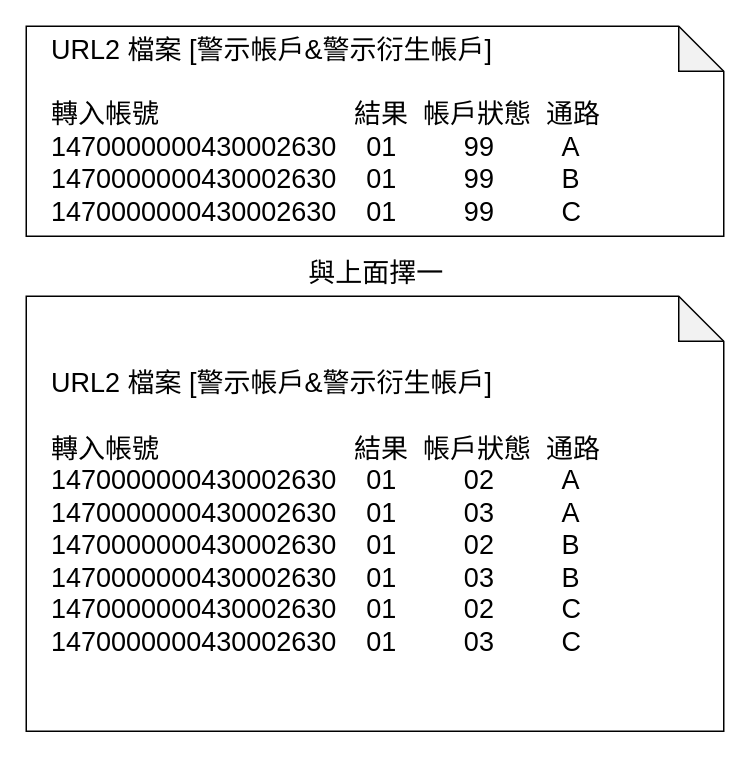
The draw.io diagram page "查詢(警示帳戶+警示衍生帳戶)" (2 of 6) of 約轉灰名單架構.drawio in yeahyeah0606/yeahyeah0606.github.io, before the edit. Source tidied: cells renumbered, new cells numbered last; positions are measured from the earlier drawing's top-left corner, leaving out a move shared by most shapes. Both pictures are drawn from the tidied source at 150%, with x=0, y=0 at pixel (26, 26).
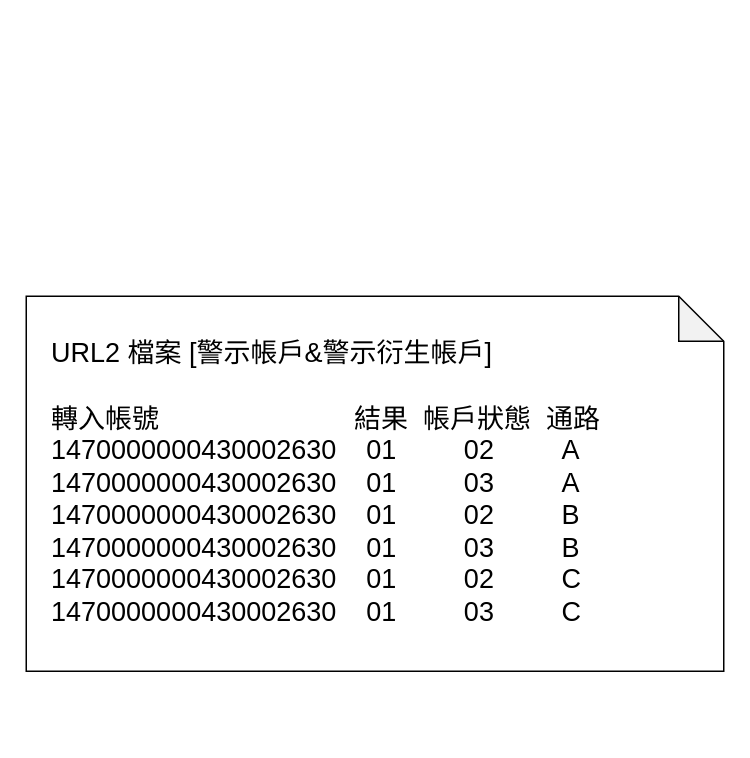
The same diagram, later.

Change to the diagram source:
```diff
@@
 <mxGraphModel>
   <root>
     <mxCell id="0" />
     <mxCell id="1" parent="0" />
-    <mxCell id="2" value="&lt;font style=&quot;font-size: 18px;&quot;&gt;&amp;nbsp; &amp;nbsp;URL2 檔案 [警示帳戶&amp;amp;警示衍生帳戶]&lt;br&gt;&lt;br&gt;&amp;nbsp; &amp;nbsp;轉入帳號&amp;nbsp; &amp;nbsp; &amp;nbsp; &amp;nbsp; &amp;nbsp; &amp;nbsp; &amp;nbsp; &amp;nbsp; &amp;nbsp; &amp;nbsp; &amp;nbsp; &amp;nbsp; &amp;nbsp; 結果&amp;nbsp; 帳戶狀態&amp;nbsp; 通路&amp;nbsp;&lt;br&gt;&amp;nbsp; &amp;nbsp;1470000000430002630&amp;nbsp; &amp;nbsp; 01&amp;nbsp; &amp;nbsp; &amp;nbsp; &amp;nbsp; &amp;nbsp;99&amp;nbsp; &amp;nbsp; &amp;nbsp; &amp;nbsp; &amp;nbsp;A&amp;nbsp; &amp;nbsp; &amp;nbsp;&amp;nbsp;&lt;br&gt;&amp;nbsp; &amp;nbsp;1470000000430002630&amp;nbsp; &amp;nbsp; 01&amp;nbsp; &amp;nbsp; &amp;nbsp; &amp;nbsp; &amp;nbsp;99&amp;nbsp; &amp;nbsp; &amp;nbsp; &amp;nbsp; &amp;nbsp;B&amp;nbsp; &amp;nbsp; &amp;nbsp;&amp;nbsp;&lt;br&gt;&amp;nbsp; &amp;nbsp;1470000000430002630&amp;nbsp; &amp;nbsp; 01&amp;nbsp; &amp;nbsp; &amp;nbsp; &amp;nbsp; &amp;nbsp;99&amp;nbsp; &amp;nbsp; &amp;nbsp; &amp;nbsp; &amp;nbsp;C&amp;nbsp; &amp;nbsp; &amp;nbsp;&amp;nbsp;&lt;br&gt;&lt;/font&gt;" style="shape=note;whiteSpace=wrap;html=1;backgroundOutline=1;darkOpacity=0.05;align=left;" parent="1" vertex="1">
-      <mxGeometry width="465" height="140" as="geometry" />
-    </mxCell>
     <mxCell id="3" value="&lt;font style=&quot;font-size: 18px;&quot;&gt;&amp;nbsp; &amp;nbsp;URL2 檔案 [警示帳戶&amp;amp;警示衍生帳戶]&lt;br&gt;&lt;br&gt;&amp;nbsp; &amp;nbsp;轉入帳號&amp;nbsp; &amp;nbsp; &amp;nbsp; &amp;nbsp; &amp;nbsp; &amp;nbsp; &amp;nbsp; &amp;nbsp; &amp;nbsp; &amp;nbsp; &amp;nbsp; &amp;nbsp; &amp;nbsp; 結果&amp;nbsp; 帳戶狀態&amp;nbsp; 通路&amp;nbsp;&lt;br&gt;&amp;nbsp; &amp;nbsp;1470000000430002630&amp;nbsp; &amp;nbsp; 01&amp;nbsp; &amp;nbsp; &amp;nbsp; &amp;nbsp; &amp;nbsp;02&amp;nbsp; &amp;nbsp; &amp;nbsp; &amp;nbsp; &amp;nbsp;A&lt;br&gt;&amp;nbsp; &amp;nbsp;1470000000430002630&amp;nbsp; &amp;nbsp; 01&amp;nbsp; &amp;nbsp; &amp;nbsp; &amp;nbsp; &amp;nbsp;03&amp;nbsp; &amp;nbsp; &amp;nbsp; &amp;nbsp; &amp;nbsp;A&amp;nbsp; &amp;nbsp; &amp;nbsp;&amp;nbsp;&lt;br&gt;&amp;nbsp; &amp;nbsp;1470000000430002630&amp;nbsp; &amp;nbsp; 01&amp;nbsp; &amp;nbsp; &amp;nbsp; &amp;nbsp; &amp;nbsp;02&amp;nbsp; &amp;nbsp; &amp;nbsp; &amp;nbsp; &amp;nbsp;B&lt;br&gt;&amp;nbsp; &amp;nbsp;1470000000430002630&amp;nbsp; &amp;nbsp; 01&amp;nbsp; &amp;nbsp; &amp;nbsp; &amp;nbsp; &amp;nbsp;03&amp;nbsp; &amp;nbsp; &amp;nbsp; &amp;nbsp; &amp;nbsp;B&amp;nbsp; &amp;nbsp; &amp;nbsp;&amp;nbsp;&lt;br&gt;&amp;nbsp; &amp;nbsp;1470000000430002630&amp;nbsp; &amp;nbsp; 01&amp;nbsp; &amp;nbsp; &amp;nbsp; &amp;nbsp; &amp;nbsp;02&amp;nbsp; &amp;nbsp; &amp;nbsp; &amp;nbsp; &amp;nbsp;C&amp;nbsp; &lt;br&gt;&amp;nbsp; &amp;nbsp;1470000000430002630&amp;nbsp; &amp;nbsp; 01&amp;nbsp; &amp;nbsp; &amp;nbsp; &amp;nbsp; &amp;nbsp;03&amp;nbsp; &amp;nbsp; &amp;nbsp; &amp;nbsp; &amp;nbsp;C&amp;nbsp; &amp;nbsp;&amp;nbsp;&lt;br&gt;&lt;/font&gt;" style="shape=note;whiteSpace=wrap;html=1;backgroundOutline=1;darkOpacity=0.05;align=left;" parent="1" vertex="1">
-      <mxGeometry y="180" width="465" height="290" as="geometry" />
+      <mxGeometry y="180" width="465" height="250" as="geometry" />
     </mxCell>
-    <mxCell id="4" value="&lt;font style=&quot;font-size: 18px;&quot;&gt;與上面擇一&lt;/font&gt;" style="text;html=1;align=center;verticalAlign=middle;strokeColor=none;fillColor=none;" parent="1" vertex="1">
-      <mxGeometry x="177.5" y="145" width="110" height="40" as="geometry" />
-    </mxCell>
   </root>
 </mxGraphModel>
```
